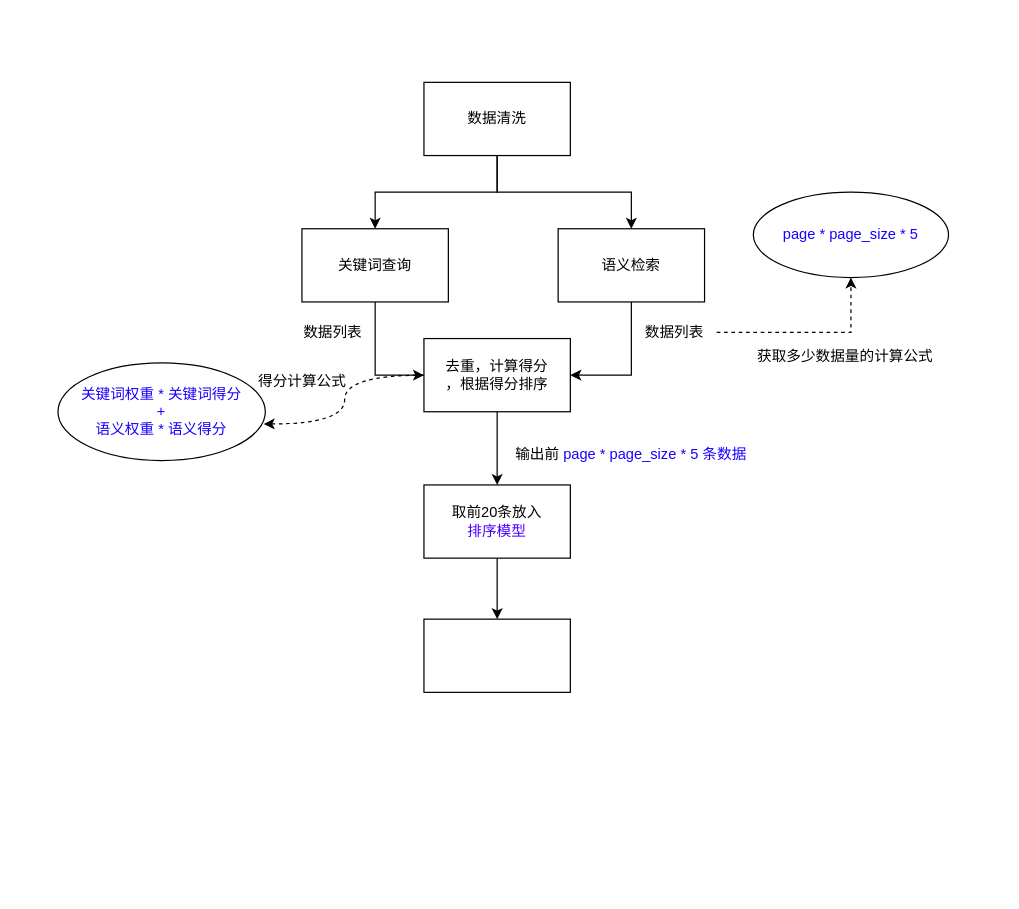
Before: ai.drawio in Rodma1/draw, a draw.io diagram. Source tidied: cells renumbered, new cells numbered last; positions are measured from the earlier drawing's top-left corner, leaving out a move shared by most shapes. Both pictures are drawn from the tidied source at 122%, with x=0, y=0 at pixel (57, 82).
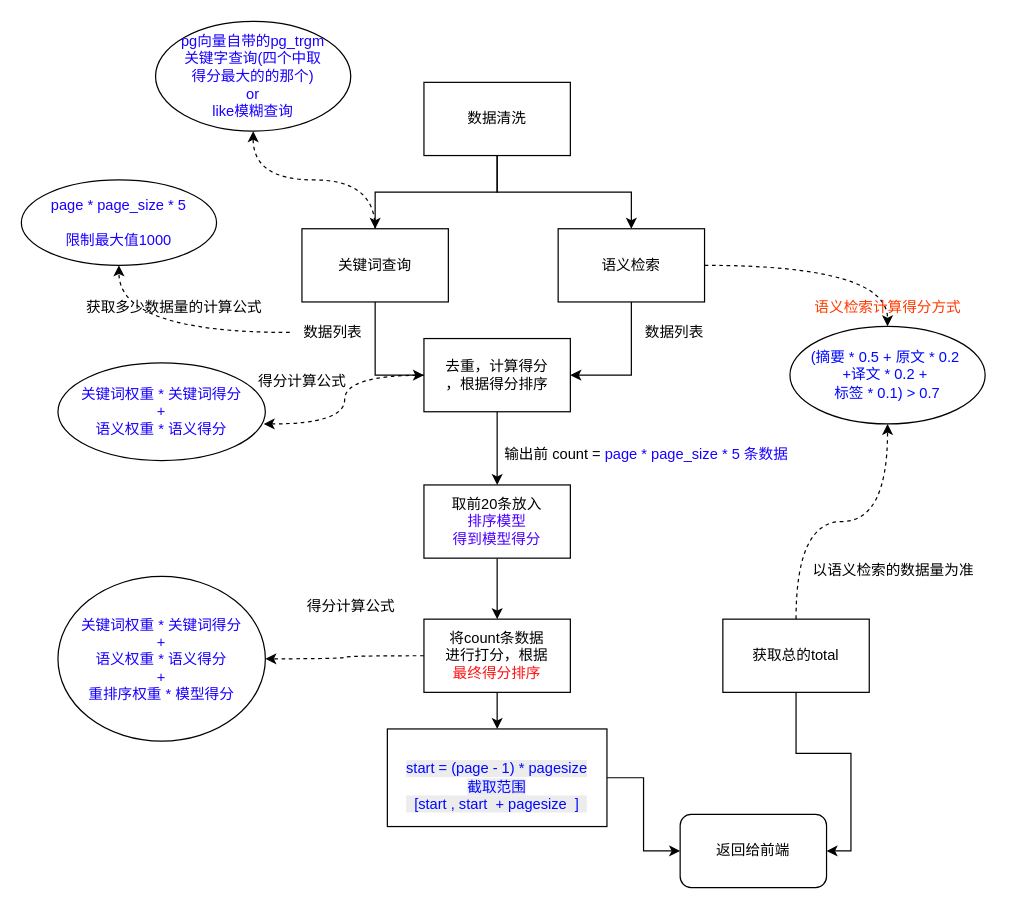
After the change.

Unchanged cells that the change refers to:
```xml
<mxCell id="6" value="关键词查询" style="rounded=0;whiteSpace=wrap;html=1;" parent="1" vertex="1">
  <mxGeometry x="200" y="120" width="120" height="60" as="geometry" />
</mxCell>
<mxCell id="8" value="语义检索" style="rounded=0;whiteSpace=wrap;html=1;" parent="1" vertex="1">
  <mxGeometry x="410" y="120" width="120" height="60" as="geometry" />
</mxCell>
<mxCell id="15" value="数据列表" style="text;html=1;align=center;verticalAlign=middle;points=[];strokeColor=none;fillColor=none;" parent="1" vertex="1">
  <mxGeometry x="470" y="190" width="70" height="30" as="geometry" />
</mxCell>
<mxCell id="16" value="数据列表" style="text;html=1;align=center;verticalAlign=middle;points=[];strokeColor=none;fillColor=none;" parent="1" vertex="1">
  <mxGeometry x="190" y="190" width="70" height="30" as="geometry" />
</mxCell>
```

The edit, as a diff of the source:
```diff
@@
+    <mxCell id="24" style="edgeStyle=orthogonalEdgeStyle;rounded=0;jettySize=auto;html=1;entryX=0.5;entryY=1;entryDx=0;entryDy=0;curved=1;dashed=1;" parent="1" edge="1" source="6" target="41">
+      <mxGeometry relative="1" as="geometry">
+        <Array as="points">
+          <mxPoint x="260" y="80" />
+          <mxPoint x="160" y="80" />
+        </Array>
+      </mxGeometry>
+    </mxCell>
@@
+    <mxCell id="25" style="edgeStyle=orthogonalEdgeStyle;rounded=0;jettySize=auto;html=1;entryX=0.5;entryY=0;entryDx=0;entryDy=0;curved=1;dashed=1;" parent="1" edge="1" source="8" target="34">
+      <mxGeometry relative="1" as="geometry" />
+    </mxCell>
@@
-    <mxCell id="14" style="edgeStyle=orthogonalEdgeStyle;rounded=0;jettySize=auto;html=1;dashed=1;" parent="1" edge="1" source="15" target="17">
-      <mxGeometry relative="1" as="geometry" />
-    </mxCell>
@@
+    <mxCell id="26" style="edgeStyle=orthogonalEdgeStyle;rounded=0;jettySize=auto;html=1;entryX=0.5;entryY=1;entryDx=0;entryDy=0;curved=1;dashed=1;" parent="1" edge="1" source="16" target="37">
+      <mxGeometry relative="1" as="geometry" />
+    </mxCell>
@@
-    <mxCell id="17" value="&lt;font style=&quot;color: rgb(25, 0, 255);&quot;&gt;page * page_size * 5&lt;/font&gt;" style="ellipse;whiteSpace=wrap;html=1;" parent="1" vertex="1">
-      <mxGeometry x="570" y="90" width="160" height="70" as="geometry" />
-    </mxCell>
     <mxCell id="18" value="获取多少数据量的计算公式" style="text;html=1;align=center;verticalAlign=middle;strokeColor=none;fillColor=none;" parent="1" vertex="1">
-      <mxGeometry x="560" y="210" width="170" height="30" as="geometry" />
+      <mxGeometry x="10" y="170" width="170" height="30" as="geometry" />
     </mxCell>
@@
-    <mxCell id="20" value="取前20条放入&lt;div&gt;&lt;font style=&quot;color: rgb(76, 0, 255);&quot;&gt;排序模型&lt;/font&gt;&lt;/div&gt;" style="whiteSpace=wrap;html=1;rounded=0;" parent="1" vertex="1">
+    <mxCell id="20" value="取前20条放入&lt;div&gt;&lt;font style=&quot;color: rgb(76, 0, 255);&quot;&gt;排序模型&lt;/font&gt;&lt;/div&gt;&lt;div&gt;&lt;font color=&quot;#4c00ff&quot;&gt;得到模型得分&lt;/font&gt;&lt;/div&gt;" style="whiteSpace=wrap;html=1;rounded=0;" parent="1" vertex="1">
       <mxGeometry x="300" y="330" width="120" height="60" as="geometry" />
     </mxCell>
@@
-    <mxCell id="22" value="&lt;span style=&quot;text-align: justify; text-wrap: nowrap; background-color: transparent;&quot;&gt;输出前&amp;nbsp;&lt;/span&gt;&lt;span style=&quot;text-align: justify; background-color: transparent; color: rgb(25, 0, 255);&quot;&gt;page * page_size * 5 条数据&lt;/span&gt;" style="text;html=1;align=center;verticalAlign=middle;whiteSpace=wrap;rounded=0;" parent="1" vertex="1">
-      <mxGeometry x="355" y="290" width="230" height="30" as="geometry" />
+    <mxCell id="22" value="&lt;span style=&quot;text-align: justify; text-wrap: nowrap; background-color: transparent;&quot;&gt;输出前 count =&amp;nbsp;&lt;/span&gt;&lt;span style=&quot;text-align: justify; background-color: transparent; color: rgb(25, 0, 255);&quot;&gt;page * page_size * 5 条数据&lt;/span&gt;" style="text;html=1;align=center;verticalAlign=middle;whiteSpace=wrap;rounded=0;" parent="1" vertex="1">
+      <mxGeometry x="355" y="290" width="255" height="30" as="geometry" />
     </mxCell>
+    <mxCell id="27" style="edgeStyle=orthogonalEdgeStyle;rounded=0;jettySize=auto;html=1;entryX=1;entryY=0.5;entryDx=0;entryDy=0;curved=1;dashed=1;" parent="1" edge="1" source="23" target="29">
+      <mxGeometry relative="1" as="geometry" />
+    </mxCell>
+    <mxCell id="28" style="edgeStyle=orthogonalEdgeStyle;rounded=0;jettySize=auto;html=1;" parent="1" edge="1" source="23" target="39">
+      <mxGeometry relative="1" as="geometry" />
+    </mxCell>
-    <mxCell id="23" style="whiteSpace=wrap;html=1;rounded=0;" parent="1" vertex="1">
+    <mxCell id="23" value="将count条数据&lt;div&gt;进行打分，根据&lt;/div&gt;&lt;div&gt;&lt;font style=&quot;color: rgb(255, 19, 19);&quot;&gt;最终得分排序&lt;/font&gt;&lt;/div&gt;" style="whiteSpace=wrap;html=1;rounded=0;" parent="1" vertex="1">
       <mxGeometry x="300" y="440" width="120" height="60" as="geometry" />
     </mxCell>
+    <mxCell id="29" value="&lt;font style=&quot;color: rgb(25, 0, 255);&quot;&gt;关键词权重 * 关键词得分&lt;br&gt;+&lt;br&gt;语义权重 * 语义得分&lt;/font&gt;&lt;div&gt;&lt;font style=&quot;color: rgb(25, 0, 255);&quot;&gt;+&lt;br&gt;重排序权重 * 模型得分&lt;/font&gt;&lt;/div&gt;" style="ellipse;whiteSpace=wrap;html=1;" parent="1" vertex="1">
+      <mxGeometry y="405" width="170" height="135" as="geometry" />
+    </mxCell>
+    <mxCell id="30" value="得分计算公式" style="text;html=1;align=center;verticalAlign=middle;strokeColor=none;fillColor=none;" parent="1" vertex="1">
+      <mxGeometry x="190" y="415" width="100" height="30" as="geometry" />
+    </mxCell>
+    <mxCell id="31" style="edgeStyle=orthogonalEdgeStyle;rounded=0;jettySize=auto;html=1;curved=1;dashed=1;" parent="1" edge="1" source="33" target="34">
+      <mxGeometry relative="1" as="geometry" />
+    </mxCell>
+    <mxCell id="32" style="edgeStyle=orthogonalEdgeStyle;rounded=0;jettySize=auto;html=1;entryX=1;entryY=0.5;entryDx=0;entryDy=0;" parent="1" edge="1" source="33" target="40">
+      <mxGeometry relative="1" as="geometry" />
+    </mxCell>
+    <mxCell id="33" value="获取总的total" style="whiteSpace=wrap;html=1;rounded=0;" parent="1" vertex="1">
+      <mxGeometry x="545" y="440" width="120" height="60" as="geometry" />
+    </mxCell>
+    <mxCell id="34" value="&lt;font style=&quot;color: rgb(0, 8, 255);&quot;&gt;(摘要 * 0.5 + 原文 * 0.2&amp;nbsp;&lt;/font&gt;&lt;div&gt;&lt;font style=&quot;color: rgb(0, 8, 255);&quot;&gt;+译文 * 0.2 +&amp;nbsp;&lt;/font&gt;&lt;/div&gt;&lt;div&gt;&lt;font style=&quot;color: rgb(0, 8, 255);&quot;&gt;标签 * 0.1) &amp;gt; 0.7&lt;/font&gt;&lt;/div&gt;" style="ellipse;whiteSpace=wrap;html=1;rounded=0;" parent="1" vertex="1">
+      <mxGeometry x="600" y="200" width="160" height="80" as="geometry" />
+    </mxCell>
+    <mxCell id="35" value="以语义检索的数据量为准" style="text;html=1;align=center;verticalAlign=middle;whiteSpace=wrap;rounded=0;" parent="1" vertex="1">
+      <mxGeometry x="600" y="385" width="170" height="30" as="geometry" />
+    </mxCell>
+    <mxCell id="36" value="&lt;font style=&quot;color: rgb(255, 59, 0);&quot;&gt;语义检索计算得分方式&lt;/font&gt;" style="text;html=1;align=center;verticalAlign=middle;strokeColor=none;fillColor=none;" parent="1" vertex="1">
+      <mxGeometry x="610" y="170" width="140" height="30" as="geometry" />
+    </mxCell>
+    <mxCell id="37" value="&lt;font style=&quot;color: rgb(25, 0, 255);&quot;&gt;page * page_size * 5&lt;br&gt;&lt;br&gt;&lt;/font&gt;&lt;div&gt;&lt;font style=&quot;color: rgb(25, 0, 255);&quot;&gt;限制最大值1000&lt;/font&gt;&lt;/div&gt;" style="ellipse;whiteSpace=wrap;html=1;" parent="1" vertex="1">
+      <mxGeometry x="-30" y="80" width="160" height="70" as="geometry" />
+    </mxCell>
+    <mxCell id="38" style="edgeStyle=orthogonalEdgeStyle;rounded=0;jettySize=auto;html=1;" parent="1" edge="1" source="39" target="40">
+      <mxGeometry relative="1" as="geometry" />
+    </mxCell>
+    <mxCell id="39" value="&lt;br&gt;&lt;br style=&quot;forced-color-adjust: none; color: rgb(0, 0, 0); font-family: Helvetica; font-size: 12px; font-style: normal; font-variant-ligatures: normal; font-variant-caps: normal; font-weight: 400; letter-spacing: normal; orphans: 2; text-align: center; text-indent: 0px; text-transform: none; widows: 2; word-spacing: 0px; -webkit-text-stroke-width: 0px; white-space: normal; background-color: rgb(236, 236, 236); text-decoration-thickness: initial; text-decoration-style: initial; text-decoration-color: initial;&quot;&gt;&lt;font style=&quot;forced-color-adjust: none; font-family: Helvetica; font-size: 12px; font-style: normal; font-variant-ligatures: normal; font-variant-caps: normal; font-weight: 400; letter-spacing: normal; orphans: 2; text-align: center; text-indent: 0px; text-transform: none; widows: 2; word-spacing: 0px; -webkit-text-stroke-width: 0px; white-space: normal; text-decoration-thickness: initial; text-decoration-style: initial; text-decoration-color: initial; background-color: rgb(236, 236, 236); color: rgb(0, 8, 255);&quot;&gt;start = (page - 1) * pagesize&lt;br style=&quot;forced-color-adjust: none;&quot;&gt;截取范围&lt;/font&gt;&lt;div style=&quot;forced-color-adjust: none; color: rgb(0, 0, 0); font-family: Helvetica; font-size: 12px; font-style: normal; font-variant-ligatures: normal; font-variant-caps: normal; font-weight: 400; letter-spacing: normal; orphans: 2; text-align: center; text-indent: 0px; text-transform: none; widows: 2; word-spacing: 0px; -webkit-text-stroke-width: 0px; white-space: normal; text-decoration-thickness: initial; text-decoration-style: initial; text-decoration-color: initial; background-color: rgb(236, 236, 236);&quot;&gt;&lt;font style=&quot;forced-color-adjust: none; color: rgb(0, 8, 255);&quot;&gt;[start&amp;nbsp;, start&amp;nbsp;&amp;nbsp;+ pagesize&amp;nbsp; ]&lt;/font&gt;&lt;/div&gt;&lt;div&gt;&lt;br/&gt;&lt;/div&gt;" style="whiteSpace=wrap;html=1;rounded=0;" parent="1" vertex="1">
+      <mxGeometry x="270" y="530" width="180" height="80" as="geometry" />
+    </mxCell>
+    <mxCell id="40" value="返回给前端" style="rounded=1;whiteSpace=wrap;html=1;" parent="1" vertex="1">
+      <mxGeometry x="510" y="600" width="120" height="60" as="geometry" />
+    </mxCell>
+    <mxCell id="41" value="&lt;font color=&quot;#1900ff&quot;&gt;pg向量自带的pg_trgm&lt;br&gt;关键字查询(四个中取&lt;/font&gt;&lt;div&gt;&lt;font color=&quot;#1900ff&quot;&gt;得分最大的的那个)&lt;br&gt;or&lt;br&gt;like模糊查询&lt;/font&gt;&lt;/div&gt;" style="ellipse;whiteSpace=wrap;html=1;" parent="1" vertex="1">
+      <mxGeometry x="80" y="-50" width="160" height="90" as="geometry" />
+    </mxCell>
```
